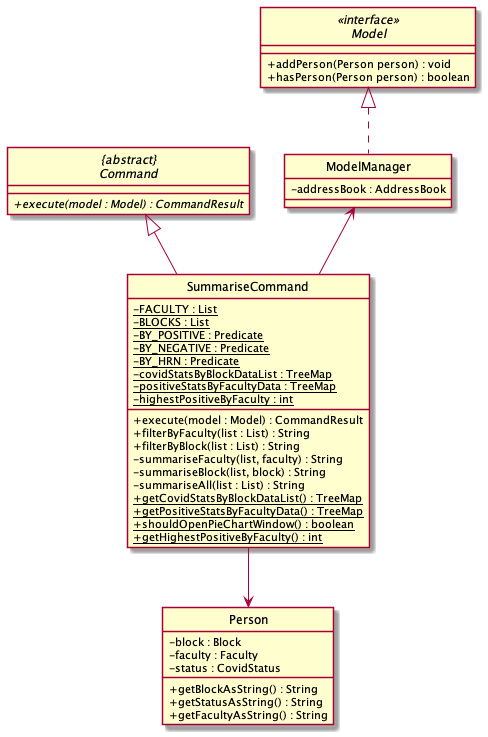
The PlantUML diagram docs/images/SummariseClassDiagram.png in nus-cs2103-AY2122S2/tp, before a commit.
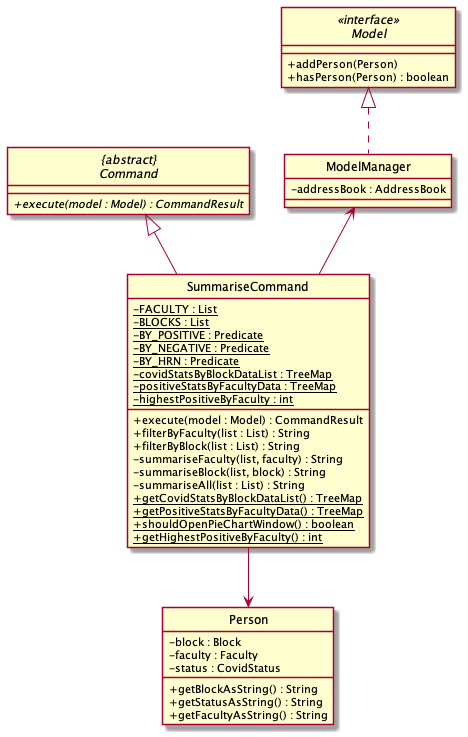
Above is the later version.

Change to the diagram source:
```diff
@@ -8,8 +8,8 @@
 }
 
 interface Model <<interface>> {
-    + addPerson(Person person) : void
-    + hasPerson(Person person) : boolean
+    + addPerson(Person)
+    + hasPerson(Person) : boolean
 }
 
 class ModelManager implements Model{
```
